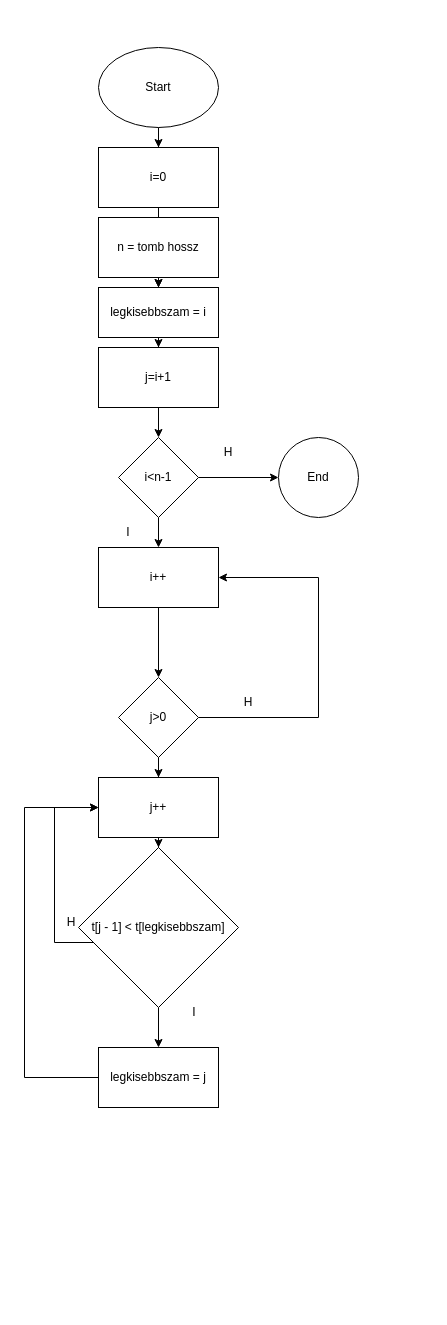
The draw.io diagram Kiválasztás(min).drawio in Dani-frog/ada, before the edit. Source tidied: cells renumbered, new cells numbered last; positions are measured from the earlier drawing's top-left corner, leaving out a move shared by most shapes. Both pictures are drawn from the tidied source at 100%, with x=0, y=0 at pixel (24, 47).
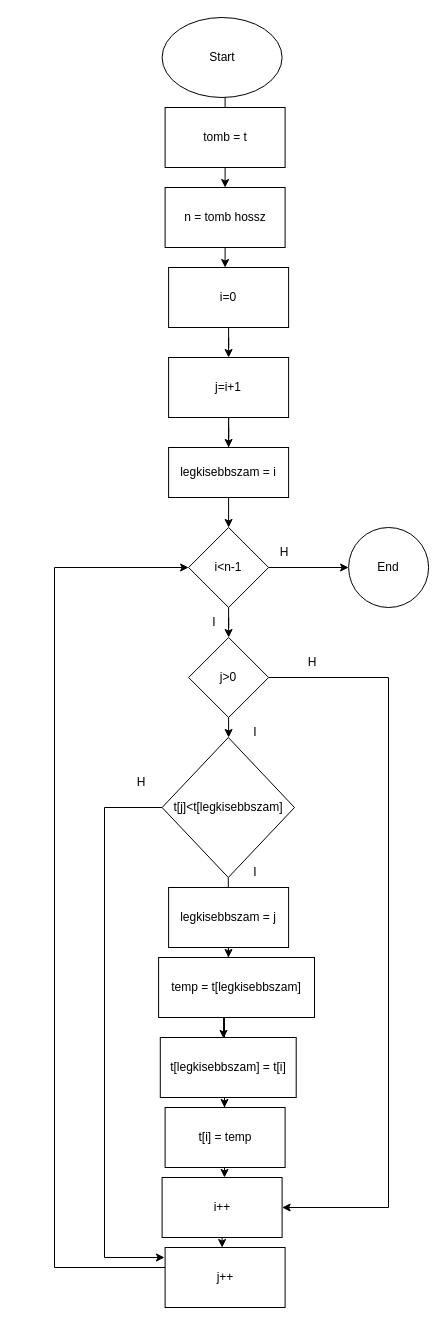
Above is the later version.

Diff of the diagram source:
```diff
@@
-    <mxCell id="2" style="edgeStyle=orthogonalEdgeStyle;rounded=0;jettySize=auto;html=1;entryX=0.5;entryY=0;entryDx=0;entryDy=0;" parent="1" edge="1" source="3" target="6">
-      <mxGeometry relative="1" as="geometry" />
-    </mxCell>
+    <mxCell id="34" style="edgeStyle=orthogonalEdgeStyle;rounded=0;jettySize=auto;html=1;" parent="1" edge="1" source="32" target="6">
+      <mxGeometry relative="1" as="geometry">
+        <Array as="points">
+          <mxPoint x="200.6" y="160" />
+          <mxPoint x="200.6" y="160" />
+        </Array>
+      </mxGeometry>
+    </mxCell>
     <mxCell id="3" value="Start&lt;br&gt;" style="ellipse;whiteSpace=wrap;html=1;" parent="1" vertex="1">
-      <mxGeometry x="74" width="120" height="80" as="geometry" />
+      <mxGeometry x="137.6" y="-30" width="120" height="80" as="geometry" />
     </mxCell>
-    <mxCell id="4" style="edgeStyle=orthogonalEdgeStyle;rounded=0;jettySize=auto;html=1;" parent="1" edge="1" source="33" target="8">
-      <mxGeometry relative="1" as="geometry" />
-    </mxCell>
-    <mxCell id="5" style="edgeStyle=orthogonalEdgeStyle;rounded=0;jettySize=auto;html=1;" parent="1" edge="1" source="6" target="33">
-      <mxGeometry relative="1" as="geometry" />
-    </mxCell>
+    <mxCell id="35" style="edgeStyle=orthogonalEdgeStyle;rounded=0;jettySize=auto;html=1;" parent="1" edge="1" source="6" target="8">
+      <mxGeometry relative="1" as="geometry" />
+    </mxCell>
     <mxCell id="6" value="i=0" style="whiteSpace=wrap;html=1;" parent="1" vertex="1">
-      <mxGeometry x="74" y="100" width="120" height="60" as="geometry" />
+      <mxGeometry x="144.1" y="220" width="120" height="60" as="geometry" />
     </mxCell>
@@
+    <mxCell id="36" style="edgeStyle=orthogonalEdgeStyle;rounded=0;jettySize=auto;html=1;" parent="1" edge="1" source="8" target="33">
+      <mxGeometry relative="1" as="geometry" />
+    </mxCell>
     <mxCell id="8" value="j=i+1" style="whiteSpace=wrap;html=1;" parent="1" vertex="1">
-      <mxGeometry x="74" y="300" width="120" height="60" as="geometry" />
+      <mxGeometry x="144.1" y="310" width="120" height="60" as="geometry" />
     </mxCell>
@@
-    <mxCell id="10" style="edgeStyle=orthogonalEdgeStyle;rounded=0;jettySize=auto;html=1;" parent="1" edge="1" source="11" target="15">
-      <mxGeometry relative="1" as="geometry" />
-    </mxCell>
+    <mxCell id="37" style="edgeStyle=orthogonalEdgeStyle;rounded=0;jettySize=auto;html=1;" parent="1" edge="1" source="53" target="15">
+      <mxGeometry relative="1" as="geometry">
+        <Array as="points">
+          <mxPoint x="204" y="910" />
+          <mxPoint x="200" y="910" />
+        </Array>
+      </mxGeometry>
+    </mxCell>
     <mxCell id="11" value="i&amp;lt;n-1" style="rhombus;whiteSpace=wrap;html=1;" parent="1" vertex="1">
-      <mxGeometry x="94" y="390" width="80" height="80" as="geometry" />
+      <mxGeometry x="164.1" y="480" width="80" height="80" as="geometry" />
     </mxCell>
     <mxCell id="12" value="End&lt;br&gt;" style="ellipse;whiteSpace=wrap;html=1;" parent="1" vertex="1">
-      <mxGeometry x="254" y="390" width="80" height="80" as="geometry" />
+      <mxGeometry x="324.1" y="480" width="80" height="80" as="geometry" />
     </mxCell>
-    <mxCell id="13" value="H&lt;br&gt;" style="text;html=1;strokeColor=none;fillColor=none;align=center;verticalAlign=middle;whiteSpace=wrap;rounded=0;" parent="1" vertex="1">
-      <mxGeometry x="174" y="390" width="60" height="30" as="geometry" />
-    </mxCell>
-    <mxCell id="14" style="edgeStyle=orthogonalEdgeStyle;rounded=0;jettySize=auto;html=1;" parent="1" edge="1" source="15" target="19">
-      <mxGeometry relative="1" as="geometry" />
-    </mxCell>
+    <mxCell id="38" value="I&lt;br&gt;" style="text;html=1;strokeColor=none;fillColor=none;align=center;verticalAlign=middle;whiteSpace=wrap;rounded=0;" parent="1" vertex="1">
+      <mxGeometry x="160.1" y="560" width="60" height="30" as="geometry" />
+    </mxCell>
+    <mxCell id="17" style="edgeStyle=orthogonalEdgeStyle;rounded=0;jettySize=auto;html=1;entryX=1;entryY=0.5;entryDx=0;entryDy=0;" parent="1" edge="1" source="19" target="15">
+      <mxGeometry relative="1" as="geometry">
+        <Array as="points">
+          <mxPoint x="364" y="630" />
+          <mxPoint x="364" y="1160" />
+        </Array>
+      </mxGeometry>
+    </mxCell>
+    <mxCell id="39" style="edgeStyle=orthogonalEdgeStyle;rounded=0;jettySize=auto;html=1;" parent="1" edge="1" source="15" target="22">
+      <mxGeometry relative="1" as="geometry">
+        <Array as="points">
+          <mxPoint x="201" y="1180" />
+          <mxPoint x="200" y="1180" />
+        </Array>
+      </mxGeometry>
+    </mxCell>
     <mxCell id="15" value="i++&lt;br&gt;" style="whiteSpace=wrap;html=1;" parent="1" vertex="1">
-      <mxGeometry x="74" y="500" width="120" height="60" as="geometry" />
+      <mxGeometry x="137.6" y="1130" width="120" height="60" as="geometry" />
     </mxCell>
-    <mxCell id="16" value="I&lt;br&gt;" style="text;html=1;strokeColor=none;fillColor=none;align=center;verticalAlign=middle;whiteSpace=wrap;rounded=0;" parent="1" vertex="1">
-      <mxGeometry x="74" y="470" width="60" height="30" as="geometry" />
-    </mxCell>
-    <mxCell id="17" style="edgeStyle=orthogonalEdgeStyle;rounded=0;jettySize=auto;html=1;entryX=1;entryY=0.5;entryDx=0;entryDy=0;" parent="1" edge="1" source="19" target="15">
-      <mxGeometry relative="1" as="geometry">
-        <Array as="points">
-          <mxPoint x="294" y="670" />
-          <mxPoint x="294" y="530" />
-        </Array>
-      </mxGeometry>
-    </mxCell>
-    <mxCell id="18" style="edgeStyle=orthogonalEdgeStyle;rounded=0;jettySize=auto;html=1;" parent="1" edge="1" source="19" target="22">
-      <mxGeometry relative="1" as="geometry" />
-    </mxCell>
+    <mxCell id="40" value="H" style="text;html=1;strokeColor=none;fillColor=none;align=center;verticalAlign=middle;whiteSpace=wrap;rounded=0;" parent="1" vertex="1">
+      <mxGeometry x="230.1" y="490" width="60" height="30" as="geometry" />
+    </mxCell>
+    <mxCell id="41" style="edgeStyle=orthogonalEdgeStyle;rounded=0;jettySize=auto;html=1;entryX=0;entryY=0.5;entryDx=0;entryDy=0;" parent="1" edge="1" source="22" target="11">
+      <mxGeometry relative="1" as="geometry">
+        <Array as="points">
+          <mxPoint x="30" y="1220" />
+          <mxPoint x="30" y="520" />
+        </Array>
+      </mxGeometry>
+    </mxCell>
+    <mxCell id="22" value="j++" style="whiteSpace=wrap;html=1;" parent="1" vertex="1">
+      <mxGeometry x="140.6" y="1200" width="120" height="60" as="geometry" />
+    </mxCell>
+    <mxCell id="42" style="edgeStyle=orthogonalEdgeStyle;rounded=0;jettySize=auto;html=1;" parent="1" edge="1" target="44">
+      <mxGeometry relative="1" as="geometry">
+        <mxPoint x="207.6" y="900" as="sourcePoint" />
+        <Array as="points">
+          <mxPoint x="204" y="900" />
+        </Array>
+      </mxGeometry>
+    </mxCell>
+    <mxCell id="28" value="legkisebbszam = j" style="whiteSpace=wrap;html=1;" parent="1" vertex="1">
+      <mxGeometry x="144.1" y="840" width="120" height="60" as="geometry" />
+    </mxCell>
+    <mxCell id="43" style="edgeStyle=orthogonalEdgeStyle;rounded=0;jettySize=auto;html=1;entryX=0.465;entryY=0.015;entryDx=0;entryDy=0;entryPerimeter=0;" parent="1" edge="1" source="44" target="46">
+      <mxGeometry relative="1" as="geometry">
+        <Array as="points">
+          <mxPoint x="200" y="990" />
+        </Array>
+      </mxGeometry>
+    </mxCell>
+    <mxCell id="44" value="temp = t[legkisebbszam]" style="whiteSpace=wrap;html=1;" parent="1" vertex="1">
+      <mxGeometry x="134.1" y="910" width="155.9" height="60" as="geometry" />
+    </mxCell>
+    <mxCell id="45" style="edgeStyle=orthogonalEdgeStyle;rounded=0;jettySize=auto;html=1;" parent="1" edge="1" source="46">
+      <mxGeometry relative="1" as="geometry">
+        <mxPoint x="200" y="1060" as="targetPoint" />
+        <Array as="points">
+          <mxPoint x="200" y="1060" />
+          <mxPoint x="200" y="1060" />
+        </Array>
+      </mxGeometry>
+    </mxCell>
+    <mxCell id="46" value="t[legkisebbszam] = t[i]" style="whiteSpace=wrap;html=1;" parent="1" vertex="1">
+      <mxGeometry x="135.8" y="990" width="135.9" height="60" as="geometry" />
+    </mxCell>
+    <mxCell id="47" value="I&lt;br&gt;" style="text;html=1;strokeColor=none;fillColor=none;align=center;verticalAlign=middle;whiteSpace=wrap;rounded=0;" parent="1" vertex="1">
+      <mxGeometry x="200.6" y="810" width="60" height="30" as="geometry" />
+    </mxCell>
+    <mxCell id="48" value="H&lt;br&gt;" style="text;html=1;strokeColor=none;fillColor=none;align=center;verticalAlign=middle;whiteSpace=wrap;rounded=0;" parent="1" vertex="1">
+      <mxGeometry x="87.1" y="720" width="60" height="30" as="geometry" />
+    </mxCell>
+    <mxCell id="49" style="edgeStyle=orthogonalEdgeStyle;rounded=0;jettySize=auto;html=1;" parent="1" edge="1" source="3" target="32">
+      <mxGeometry relative="1" as="geometry">
+        <Array as="points">
+          <mxPoint x="200.6" y="130" />
+          <mxPoint x="200.6" y="130" />
+        </Array>
+      </mxGeometry>
+    </mxCell>
+    <mxCell id="32" value="n = tomb hossz" style="rounded=0;whiteSpace=wrap;html=1;" parent="1" vertex="1">
+      <mxGeometry x="140.6" y="140" width="120" height="60" as="geometry" />
+    </mxCell>
+    <mxCell id="50" value="tomb = t" style="rounded=0;whiteSpace=wrap;html=1;" parent="1" vertex="1">
+      <mxGeometry x="140.6" y="60" width="120" height="60" as="geometry" />
+    </mxCell>
+    <mxCell id="51" style="edgeStyle=orthogonalEdgeStyle;rounded=0;jettySize=auto;html=1;" parent="1" edge="1" source="11" target="19">
+      <mxGeometry relative="1" as="geometry" />
+    </mxCell>
     <mxCell id="19" value="j&amp;gt;0" style="rhombus;whiteSpace=wrap;html=1;" parent="1" vertex="1">
-      <mxGeometry x="94" y="630" width="80" height="80" as="geometry" />
+      <mxGeometry x="164.1" y="590" width="80" height="80" as="geometry" />
     </mxCell>
-    <mxCell id="20" value="H" style="text;html=1;strokeColor=none;fillColor=none;align=center;verticalAlign=middle;whiteSpace=wrap;rounded=0;" parent="1" vertex="1">
-      <mxGeometry x="194" y="640" width="60" height="30" as="geometry" />
-    </mxCell>
-    <mxCell id="21" style="edgeStyle=orthogonalEdgeStyle;rounded=0;jettySize=auto;html=1;" parent="1" edge="1" source="22" target="26">
-      <mxGeometry relative="1" as="geometry" />
-    </mxCell>
-    <mxCell id="22" value="j++" style="whiteSpace=wrap;html=1;" parent="1" vertex="1">
-      <mxGeometry x="74" y="730" width="120" height="60" as="geometry" />
-    </mxCell>
-    <mxCell id="23" style="edgeStyle=orthogonalEdgeStyle;rounded=0;jettySize=auto;html=1;" parent="1" edge="1" target="28">
-      <mxGeometry relative="1" as="geometry">
-        <mxPoint x="134" y="1000" as="sourcePoint" />
-      </mxGeometry>
-    </mxCell>
-    <mxCell id="24" style="edgeStyle=orthogonalEdgeStyle;rounded=0;jettySize=auto;html=1;entryX=0;entryY=0.5;entryDx=0;entryDy=0;" parent="1" edge="1" source="26" target="22">
-      <mxGeometry relative="1" as="geometry">
-        <Array as="points">
-          <mxPoint x="30" y="895" />
-          <mxPoint x="30" y="760" />
-        </Array>
-      </mxGeometry>
-    </mxCell>
-    <mxCell id="25" style="edgeStyle=orthogonalEdgeStyle;rounded=0;jettySize=auto;html=1;entryX=0.5;entryY=0;entryDx=0;entryDy=0;" parent="1" edge="1" source="26" target="28">
-      <mxGeometry relative="1" as="geometry" />
-    </mxCell>
-    <mxCell id="26" value="t[j - 1] &amp;lt; t[legkisebbszam]" style="rhombus;whiteSpace=wrap;html=1;" parent="1" vertex="1">
-      <mxGeometry x="54" y="800" width="160" height="160" as="geometry" />
-    </mxCell>
-    <mxCell id="27" style="edgeStyle=orthogonalEdgeStyle;rounded=0;jettySize=auto;html=1;entryX=0;entryY=0.5;entryDx=0;entryDy=0;" parent="1" edge="1" source="28" target="22">
-      <mxGeometry relative="1" as="geometry">
-        <Array as="points">
-          <mxPoint y="1030" />
-          <mxPoint y="760" />
-        </Array>
-      </mxGeometry>
-    </mxCell>
-    <mxCell id="28" value="legkisebbszam = j" style="whiteSpace=wrap;html=1;" parent="1" vertex="1">
-      <mxGeometry x="74" y="1000" width="120" height="60" as="geometry" />
-    </mxCell>
-    <mxCell id="29" value="I&lt;br&gt;" style="text;html=1;strokeColor=none;fillColor=none;align=center;verticalAlign=middle;whiteSpace=wrap;rounded=0;" parent="1" vertex="1">
-      <mxGeometry x="140" y="950" width="60" height="30" as="geometry" />
-    </mxCell>
-    <mxCell id="30" value="H&lt;br&gt;" style="text;html=1;strokeColor=none;fillColor=none;align=center;verticalAlign=middle;whiteSpace=wrap;rounded=0;" parent="1" vertex="1">
-      <mxGeometry x="17" y="860" width="60" height="30" as="geometry" />
-    </mxCell>
-    <mxCell id="31" style="edgeStyle=orthogonalEdgeStyle;rounded=0;jettySize=auto;html=1;entryX=0.5;entryY=0;entryDx=0;entryDy=0;" parent="1" edge="1" source="32" target="33">
-      <mxGeometry relative="1" as="geometry" />
-    </mxCell>
-    <mxCell id="32" value="n = tomb hossz" style="rounded=0;whiteSpace=wrap;html=1;" parent="1" vertex="1">
-      <mxGeometry x="74" y="170" width="120" height="60" as="geometry" />
-    </mxCell>
+    <mxCell id="52" style="edgeStyle=orthogonalEdgeStyle;rounded=0;jettySize=auto;html=1;" parent="1" edge="1" source="19" target="53">
+      <mxGeometry relative="1" as="geometry" />
+    </mxCell>
+    <mxCell id="53" value="t[j]&amp;lt;t[legkisebbszam]" style="rhombus;whiteSpace=wrap;html=1;" parent="1" vertex="1">
+      <mxGeometry x="137.6" y="690" width="132.4" height="140" as="geometry" />
+    </mxCell>
+    <mxCell id="54" value="H" style="text;html=1;strokeColor=none;fillColor=none;align=center;verticalAlign=middle;whiteSpace=wrap;rounded=0;" parent="1" vertex="1">
+      <mxGeometry x="257.6" y="600" width="60" height="30" as="geometry" />
+    </mxCell>
+    <mxCell id="55" value="I&lt;br&gt;" style="text;html=1;strokeColor=none;fillColor=none;align=center;verticalAlign=middle;whiteSpace=wrap;rounded=0;" parent="1" vertex="1">
+      <mxGeometry x="200.6" y="670" width="60" height="30" as="geometry" />
+    </mxCell>
     <mxCell id="33" value="legkisebbszam = i" style="rounded=0;whiteSpace=wrap;html=1;" parent="1" vertex="1">
-      <mxGeometry x="74" y="240" width="120" height="50" as="geometry" />
+      <mxGeometry x="144.1" y="400" width="120" height="50" as="geometry" />
     </mxCell>
+    <mxCell id="56" style="edgeStyle=orthogonalEdgeStyle;rounded=0;jettySize=auto;html=1;" parent="1" edge="1" source="53">
+      <mxGeometry relative="1" as="geometry">
+        <mxPoint x="140" y="1210" as="targetPoint" />
+        <Array as="points">
+          <mxPoint x="80" y="760" />
+          <mxPoint x="80" y="1210" />
+        </Array>
+      </mxGeometry>
+    </mxCell>
+    <mxCell id="57" value="t[i] = temp" style="rounded=0;whiteSpace=wrap;html=1;" parent="1" vertex="1">
+      <mxGeometry x="140.6" y="1060" width="120" height="60" as="geometry" />
+    </mxCell>
```
